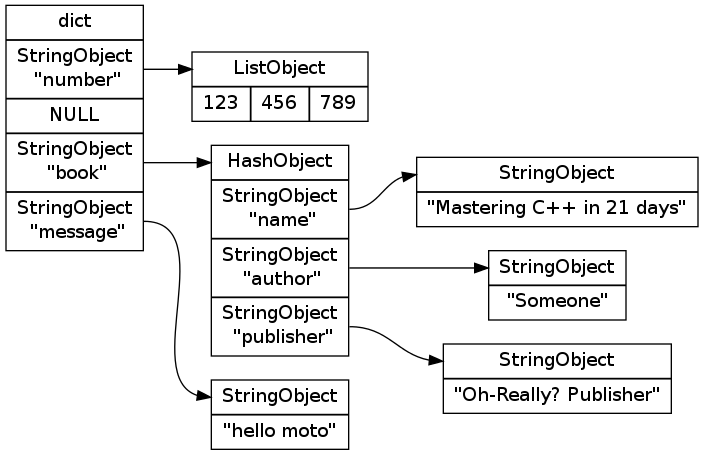
The Graphviz diagram datatype/image/dict_hash.png in huangzworks/redisbook, before a commit. Its source is kept beside it as datatype/image/dict_hash.dot. The source it was exported from:
```dot
digraph db {

    rankdir = LR;

    node [shape = record];

    dict [label = "<head>dict\n |<number>StringObject\n \"number\" | NULL |<book>StringObject\n \"book\" |<message>StringObject\n \"message\""];

    number [label = "<head>ListObject | { 123 | 456 | 789 }"];

    book [label = "<head>HashObject |<name>StringObject\n \"name\" |<author>StringObject\n \"author\" |<publisher>StringObject\n \"publisher\""];

    book_name [label = "<head>StringObject | \"Mastering C++ in 21 days\""];
    book_author [label = "<head>StringObject | \"Someone\""];
    book_publisher [label = "<head>StringObject | \"Oh-Really? Publisher\""];

    message [label = "<head>StringObject | \"hello moto\""];

    dict:number -> number:head;
    dict:book -> book:head;
    dict:message -> message:head;

    book:name -> book_name:head;
    book:author -> book_author:head;
    book:publisher -> book_publisher:head;
}
```
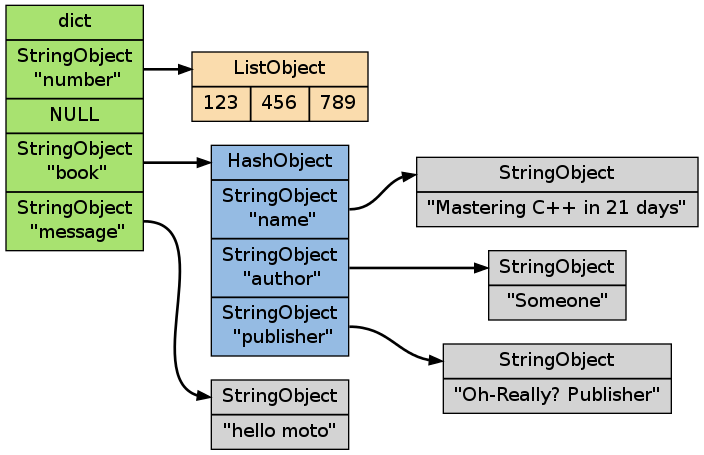
Above is the later version.

The edit, as a diff of the source:
```diff
@@ -2,13 +2,15 @@
 
     rankdir = LR;
 
-    node [shape = record];
+    node [shape = record, style = filled];
 
-    dict [label = "<head>dict\n |<number>StringObject\n \"number\" | NULL |<book>StringObject\n \"book\" |<message>StringObject\n \"message\""];
+    edge [style = bold];
 
-    number [label = "<head>ListObject | { 123 | 456 | 789 }"];
+    dict [label = "<head>dict\n |<number>StringObject\n \"number\" | NULL |<book>StringObject\n \"book\" |<message>StringObject\n \"message\"", fillcolor = "#A8E270"];
 
-    book [label = "<head>HashObject |<name>StringObject\n \"name\" |<author>StringObject\n \"author\" |<publisher>StringObject\n \"publisher\""];
+    number [label = "<head>ListObject | { 123 | 456 | 789 }", fillcolor = "#FADCAD"];
+
+    book [label = "<head>HashObject |<name>StringObject\n \"name\" |<author>StringObject\n \"author\" |<publisher>StringObject\n \"publisher\"", fillcolor = "#95BBE3"];
 
     book_name [label = "<head>StringObject | \"Mastering C++ in 21 days\""];
     book_author [label = "<head>StringObject | \"Someone\""];
```
